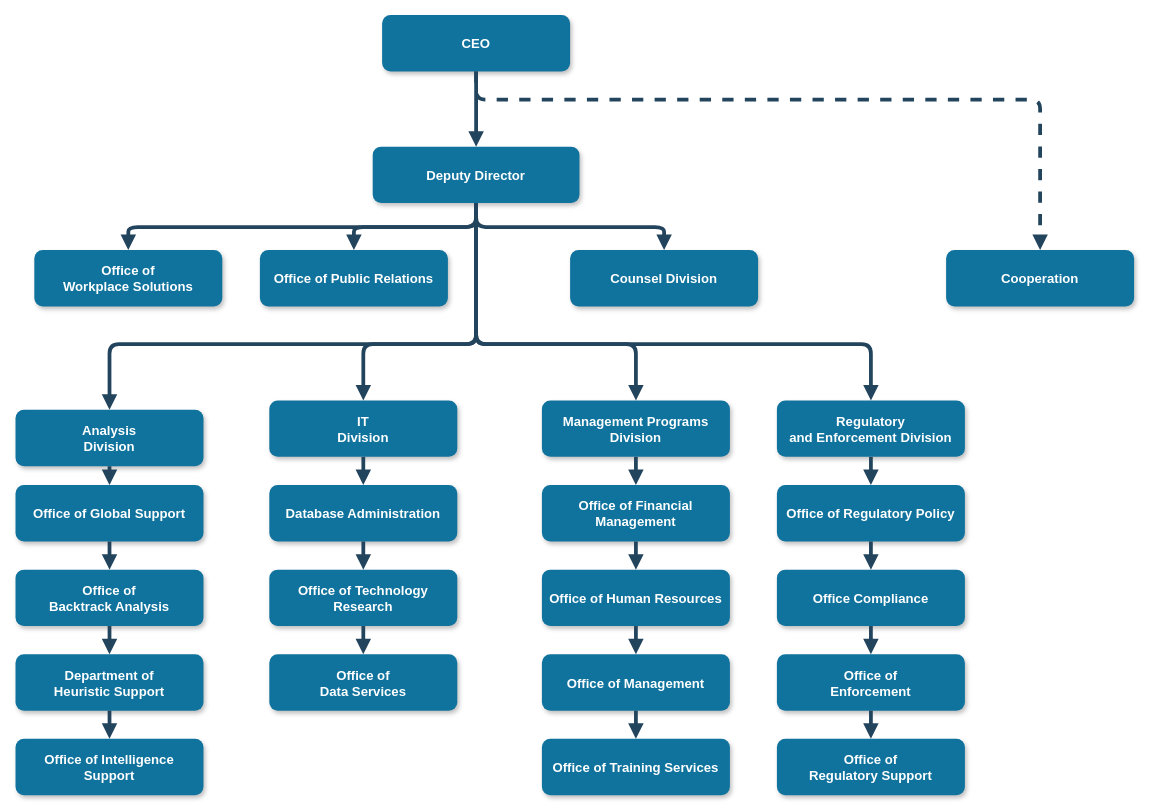
This is Untitled Diagram.drawio from kelemi90/vecto-checkout, a draw.io file, before an edit. Source tidied: cells renumbered, new cells numbered last; positions are measured from the earlier drawing's top-left corner, leaving out a move shared by most shapes. Both pictures are drawn from the tidied source at 94%, with x=0, y=0 at pixel (15, 15).
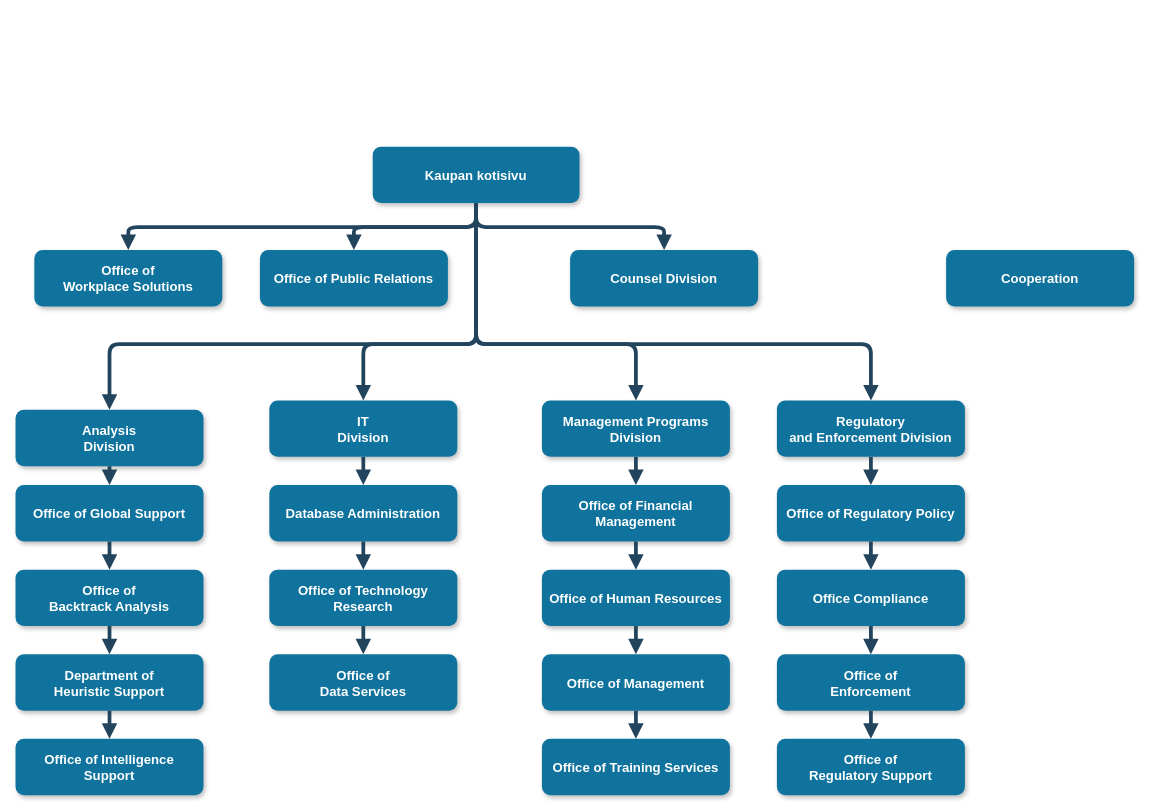
After the change.

Commit message:
kaupan rakenne

Unchanged cells that the change refers to:
```xml
<mxCell id="7" value="Cooperation" style="rounded=1;fillColor=#10739E;strokeColor=none;shadow=1;gradientColor=none;fontStyle=1;fontColor=#FFFFFF;fontSize=14;" parent="1" vertex="1">
  <mxGeometry x="990" y="249.5" width="200" height="60" as="geometry" />
</mxCell>
```

What changed in the source:
```diff
@@
-    <mxCell id="2" value="CEO" style="rounded=1;fillColor=#10739E;strokeColor=none;shadow=1;gradientColor=none;fontStyle=1;fontColor=#FFFFFF;fontSize=14;" parent="1" vertex="1">
-      <mxGeometry x="390" y="-0.5" width="200" height="60" as="geometry" />
-    </mxCell>
-    <mxCell id="3" value="Deputy Director" style="rounded=1;fillColor=#10739E;strokeColor=none;shadow=1;gradientColor=none;fontStyle=1;fontColor=#FFFFFF;fontSize=14;" parent="1" vertex="1">
+    <mxCell id="3" value="Kaupan kotisivu" style="rounded=1;fillColor=#10739E;strokeColor=none;shadow=1;gradientColor=none;fontStyle=1;fontColor=#FFFFFF;fontSize=14;" parent="1" vertex="1">
       <mxGeometry x="380" y="139.5" width="220" height="60" as="geometry" />
     </mxCell>
@@
-    <mxCell id="27" style="edgeStyle=elbowEdgeStyle;elbow=vertical;strokeWidth=4;endArrow=block;endFill=1;fontStyle=1;strokeColor=#23445D;" parent="1" edge="1" source="2" target="3">
-      <mxGeometry x="22" y="165.5" as="geometry" />
-    </mxCell>
@@
-    <mxCell id="31" style="edgeStyle=elbowEdgeStyle;elbow=vertical;strokeWidth=4;endArrow=block;endFill=1;fontStyle=1;dashed=1;strokeColor=#23445D;" parent="1" edge="1" source="2" target="7">
-      <mxGeometry x="22" y="165.5" as="geometry">
-        <Array as="points">
-          <mxPoint x="780" y="89.5" />
-        </Array>
-      </mxGeometry>
-    </mxCell>
```
